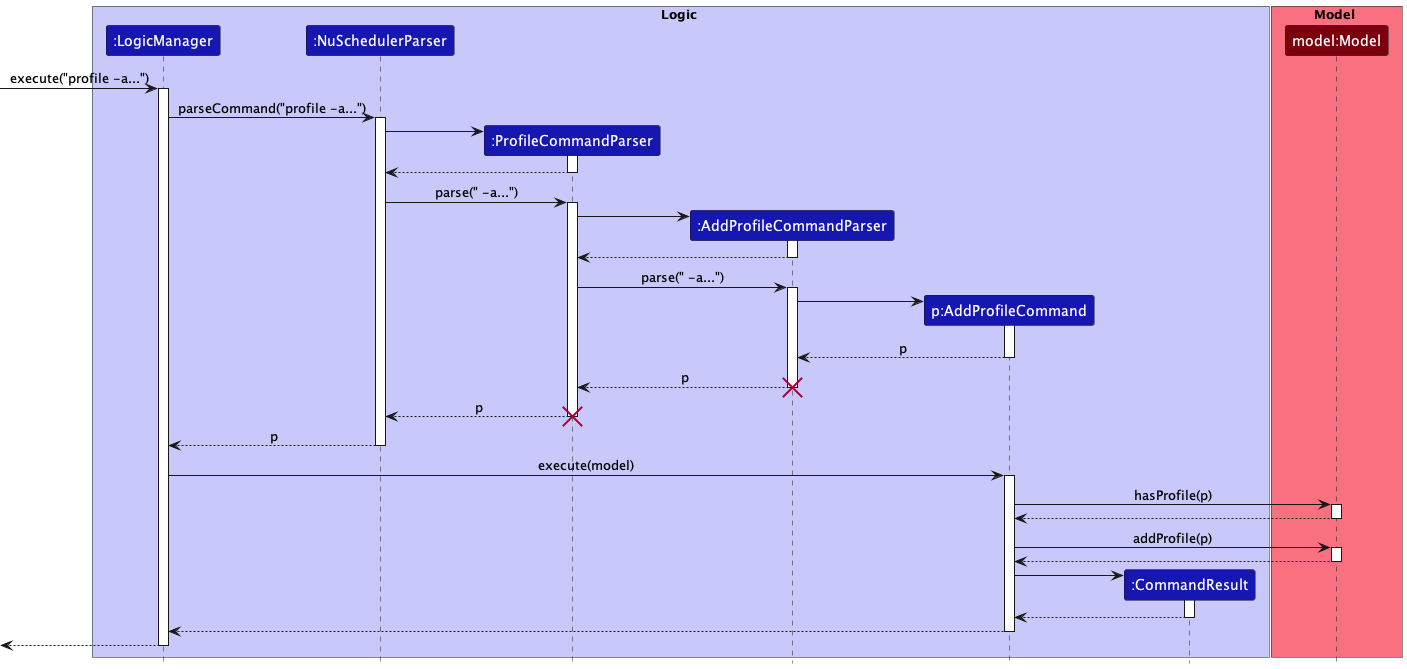
Earlier version of the PlantUML export docs/images/commands/AddProfileCommandSequenceDiagram.png (nus-cs2103-AY2223S1/tp). The source it was exported from:
```plantuml
@startuml
!include ../style.puml

box Logic LOGIC_COLOR_T1
Participant ":LogicManager" as logicManager LOGIC_COLOR_T3
Participant ":NuSchedulerParser" as nuSchedulerParser LOGIC_COLOR_T3
Participant ":ProfileCommandParser" as profileCommandParser LOGIC_COLOR_T3
Participant ":AddProfileCommandParser" as addProfileCommandParser LOGIC_COLOR_T3
Participant "p:AddProfileCommand" as addProfileCommand LOGIC_COLOR_T3
Participant ":CommandResult" as commandResult LOGIC_COLOR_T3
endBox

box Model MODEL_COLOR_T1
Participant "model:Model" as model MODEL_COLOR_T3
endBox

-> logicManager ++: execute("profile -a...")
logicManager -> nuSchedulerParser ++: parseCommand("profile -a...")

create profileCommandParser
nuSchedulerParser -> profileCommandParser ++
return
nuSchedulerParser -> profileCommandParser ++: parse(" -a...")

create addProfileCommandParser
profileCommandParser -> addProfileCommandParser ++
return
profileCommandParser -> addProfileCommandParser ++: parse(" -a...")

create addProfileCommand
addProfileCommandParser -> addProfileCommand ++
return p
return p
destroy addProfileCommandParser
return p
destroy profileCommandParser
return p

logicManager -> addProfileCommand ++: execute(model)
addProfileCommand -> model ++: hasProfile(p)
return
addProfileCommand -> model ++: addProfile(p)
return

create commandResult
addProfileCommand -> commandResult++
return
return
return

@enduml
```
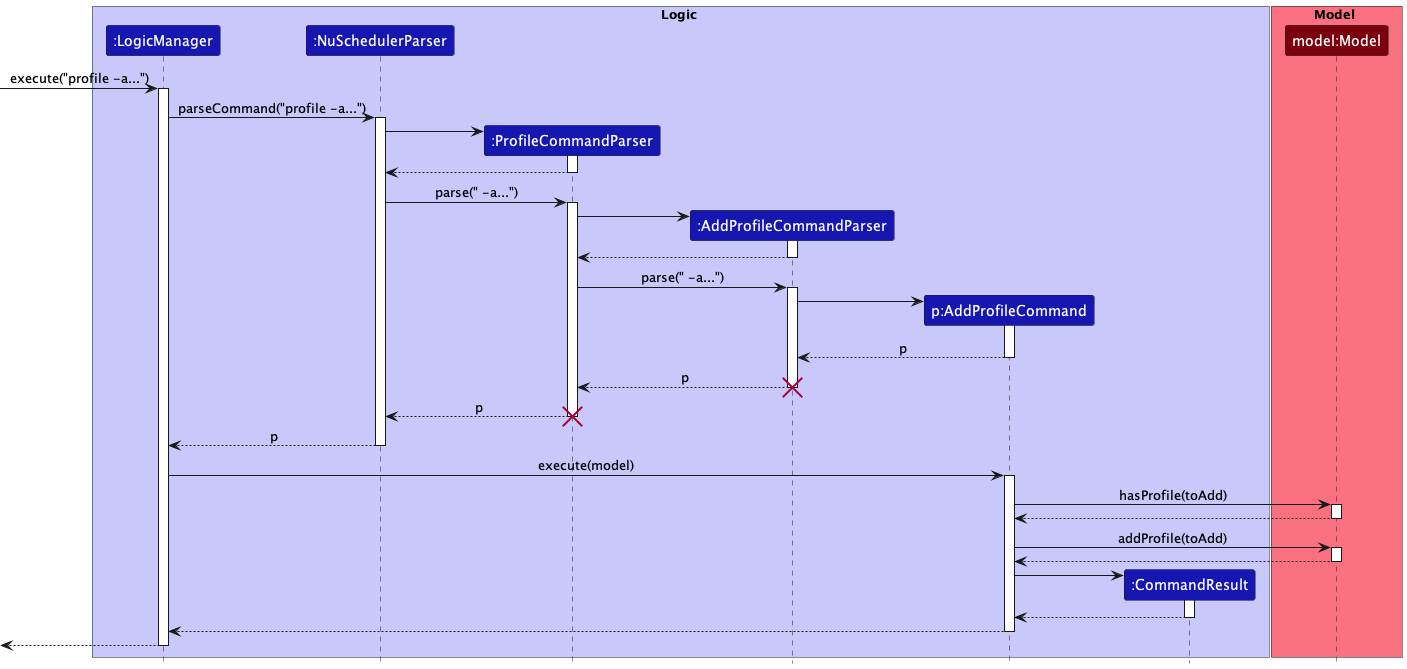
The same diagram one commit later.

Commit message:
Tweak commands sequence diagrams

Diff of the diagram source:
```diff
@@ -37,9 +37,9 @@
 return p
 
 logicManager -> addProfileCommand ++: execute(model)
-addProfileCommand -> model ++: hasProfile(p)
+addProfileCommand -> model ++: hasProfile(toAdd)
 return
-addProfileCommand -> model ++: addProfile(p)
+addProfileCommand -> model ++: addProfile(toAdd)
 return
 
 create commandResult
```
